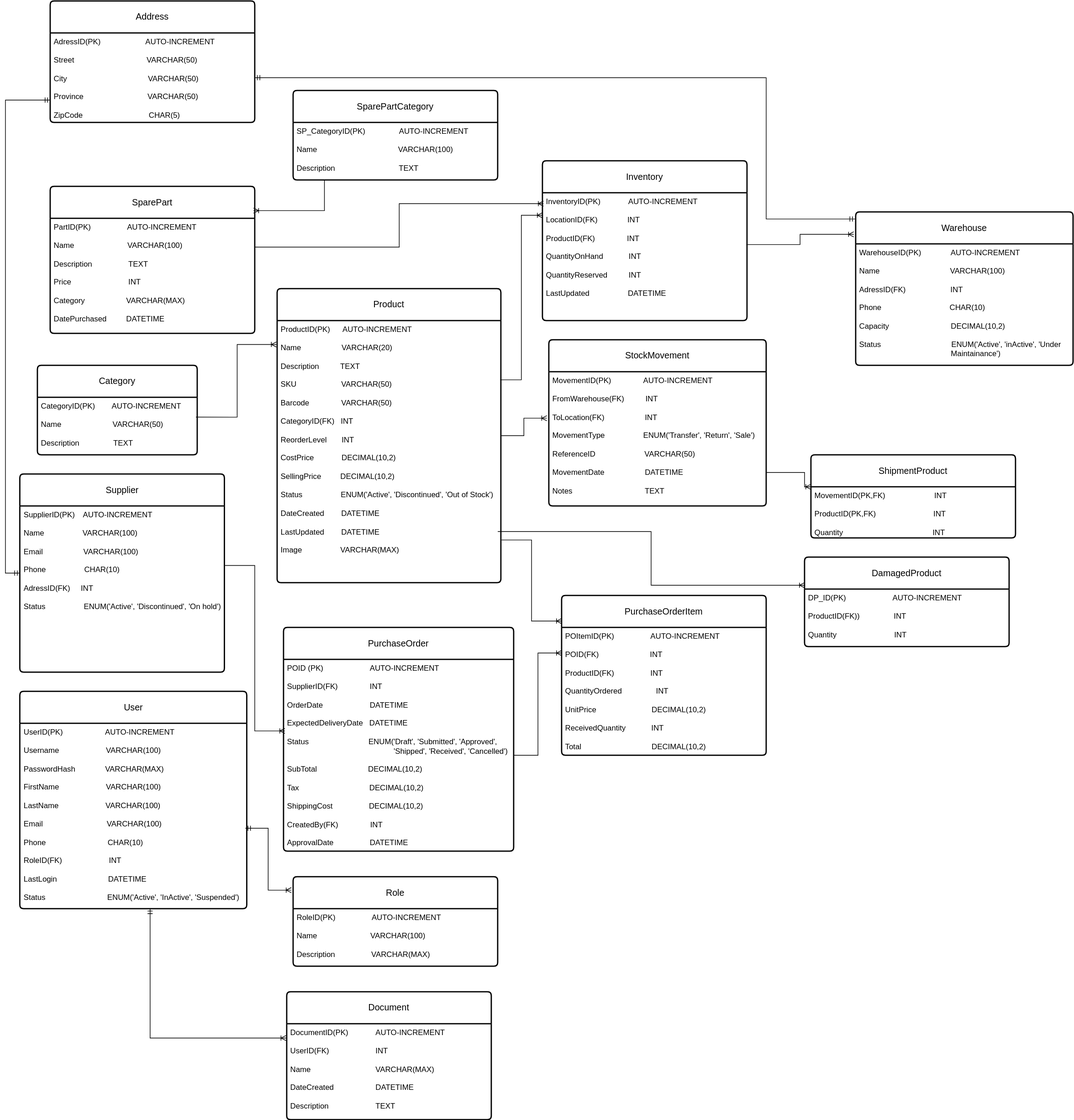
Simamkele88/IFM3_GP keeps this draw.io diagram as database-design.svg. Above is the earlier version. Source tidied: cells renumbered, new cells last; positions are measured from the earlier drawing's top-left corner, leaving out a move shared by most shapes.
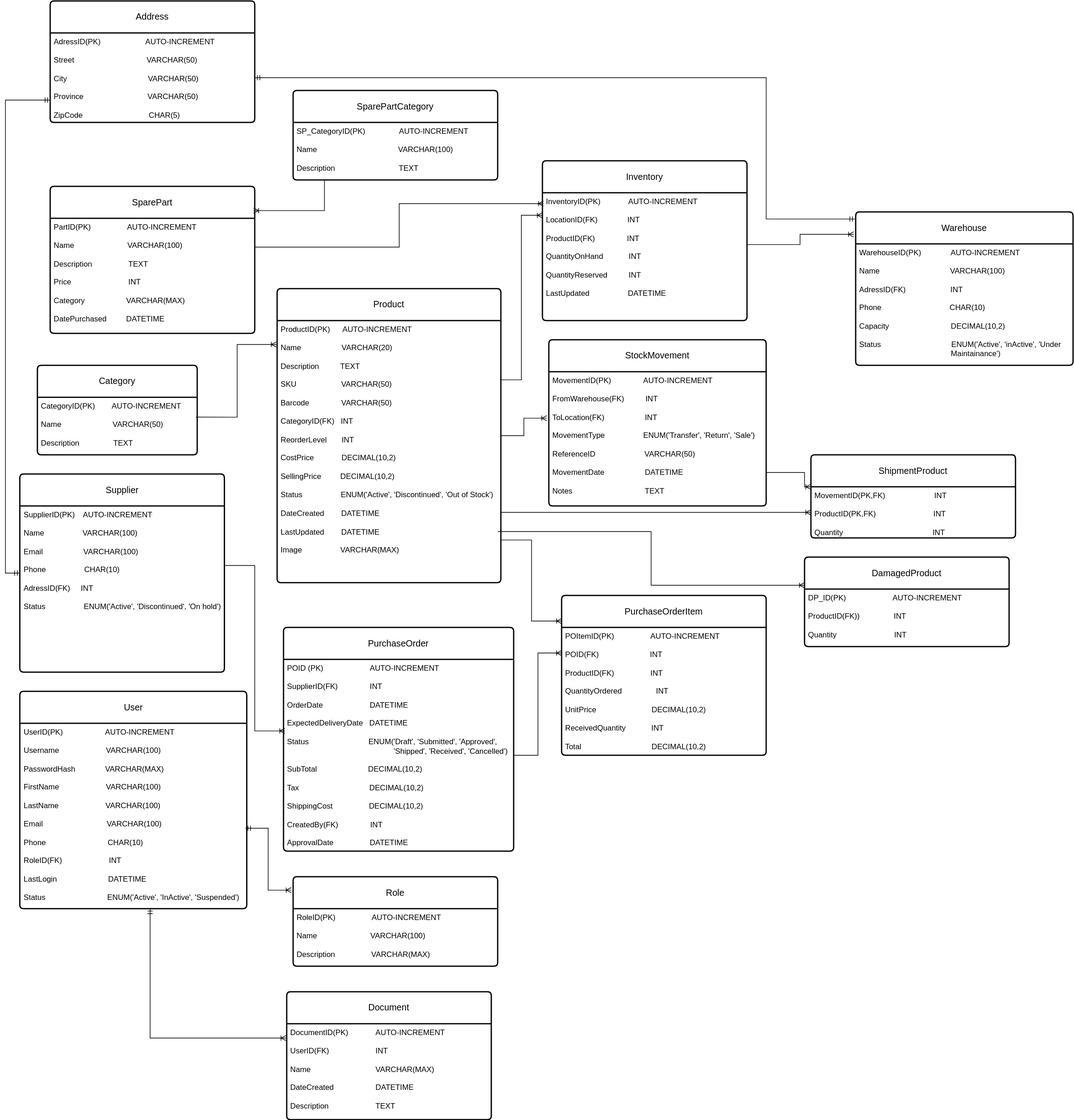
Above is the later version.

The edit, as a diff of the source:
```diff
@@ -180,5 +180,12 @@
         </Array>
       </mxGeometry>
     </mxCell>
+    <mxCell id="55" style="edgeStyle=orthogonalEdgeStyle;fontSize=12;html=1;endArrow=ERoneToMany;rounded=0;entryX=0;entryY=0.5;entryDx=0;entryDy=0;exitX=1;exitY=0.75;exitDx=0;exitDy=0;" parent="1" edge="1" source="10" target="43">
+      <mxGeometry relative="1" as="geometry">
+        <Array as="points">
+          <mxPoint x="775" y="800" />
+        </Array>
+      </mxGeometry>
+    </mxCell>
   </root>
 </mxGraphModel>
```
